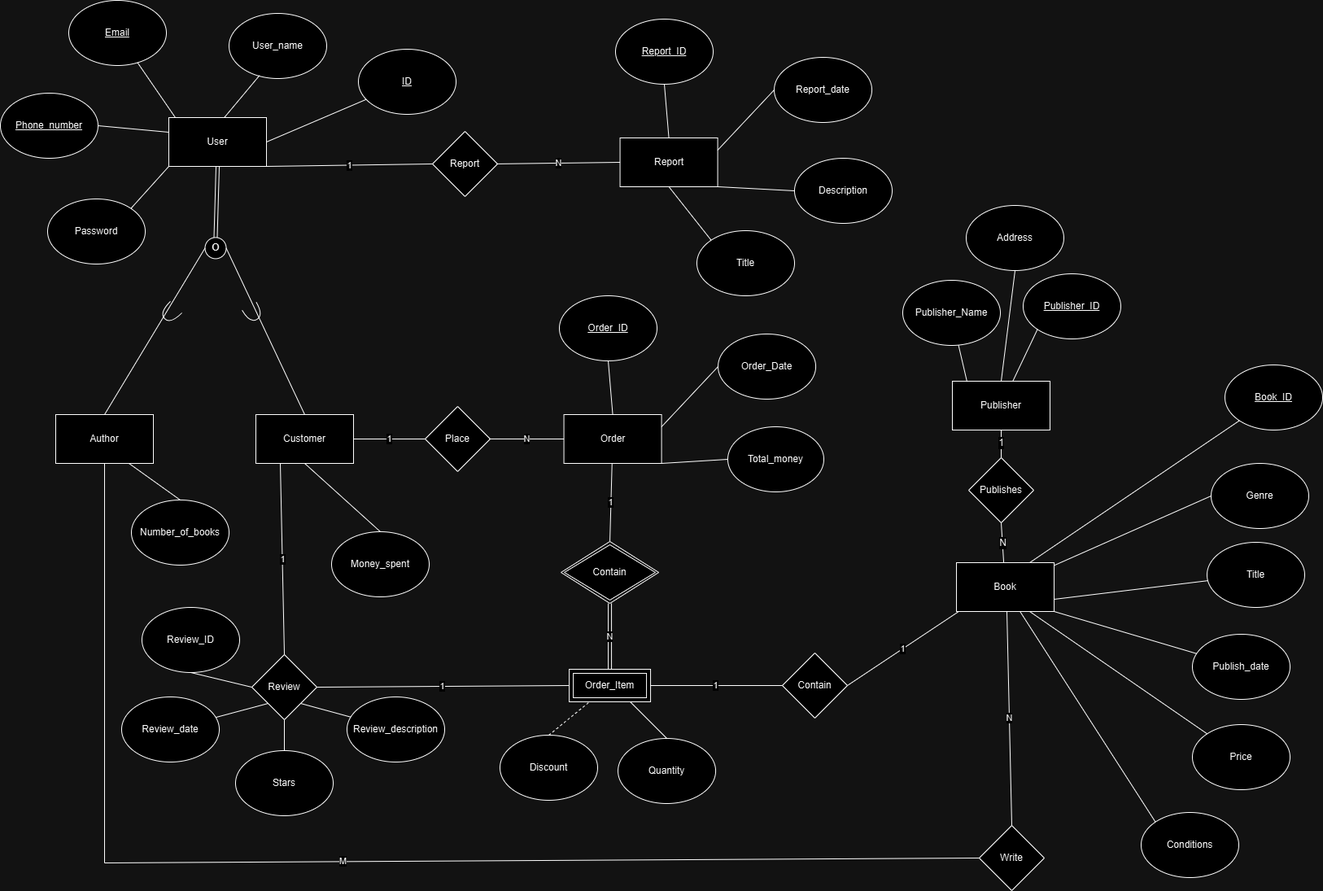
Before: e-Bookstore-EER diagram.drawio.png, a diagram exported from draw.io (HuyViet2402/HCMUT-CO2013-Assignment-2-Semester-241). Source tidied: cells renumbered, new cells last; positions are measured from the earlier drawing's top-left corner, leaving out a move shared by most shapes.
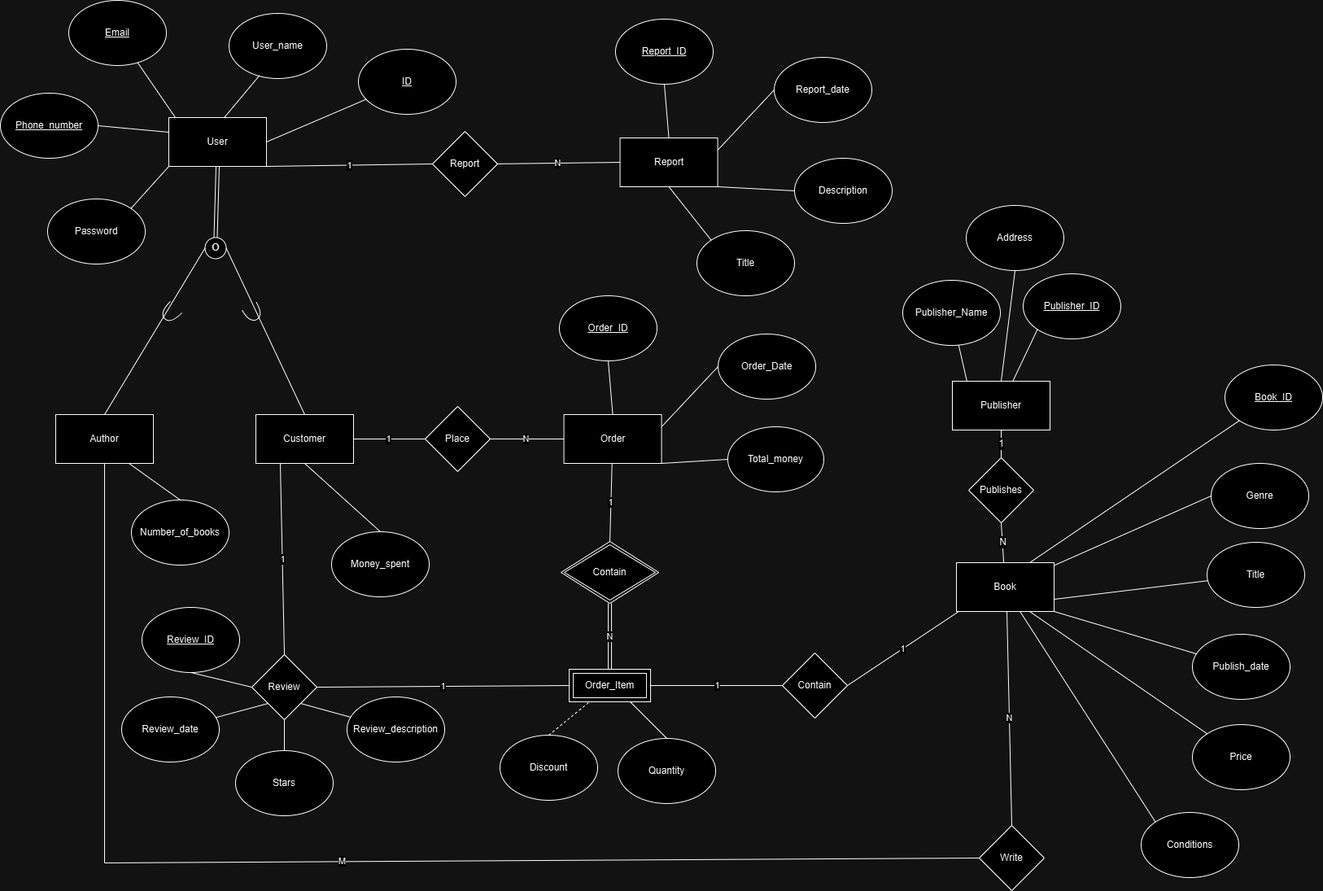
After the change.

Commit message:
change user name to not unique and underline key value of review id

Change to the diagram source:
```diff
@@ -289,7 +289,7 @@
     <mxCell id="92" style="endArrow=none;html=1;rounded=0;exitX=1;exitY=0;exitDx=0;exitDy=0;entryX=0;entryY=1;entryDx=0;entryDy=0;" parent="1" edge="1" source="91" target="19">
       <mxGeometry relative="1" as="geometry" />
     </mxCell>
-    <mxCell id="93" value="Review_ID" style="ellipse;whiteSpace=wrap;html=1;" parent="1" vertex="1">
+    <mxCell id="93" value="&lt;u&gt;Review_ID&lt;/u&gt;" style="ellipse;whiteSpace=wrap;html=1;" parent="1" vertex="1">
       <mxGeometry x="174" y="746" width="120" height="80" as="geometry" />
     </mxCell>
     <mxCell id="94" style="endArrow=none;html=1;rounded=0;exitX=0;exitY=0.5;exitDx=0;exitDy=0;entryX=0.5;entryY=1;entryDx=0;entryDy=0;" parent="1" edge="1" source="70" target="93">
```
